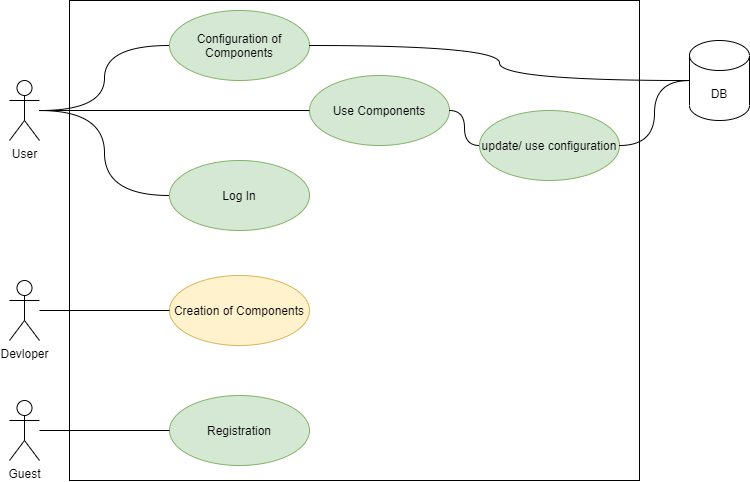
Above: usecase/UseCase.drawio.png in papatohu/docs (draw.io), before the change. Source tidied: cells renumbered, new cells last; positions are measured from the earlier drawing's top-left corner, leaving out a move shared by most shapes.
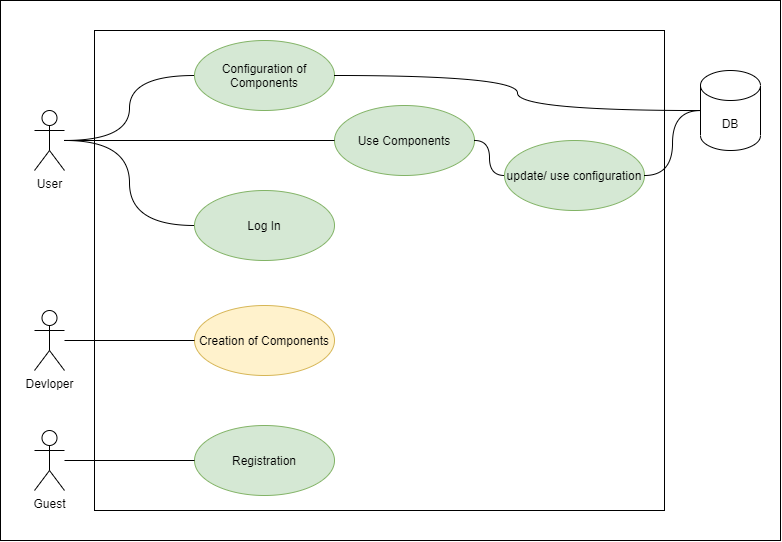
The same diagram one commit later.

Diff of the diagram source:
```diff
@@ -2,6 +2,9 @@
   <root>
     <mxCell id="0" />
     <mxCell id="1" parent="0" />
+    <mxCell id="21" style="html=1;fillColor=none;" parent="1" vertex="1">
+      <mxGeometry x="-34" y="-30" width="780" height="540" as="geometry" />
+    </mxCell>
     <mxCell id="2" style="html=1;" parent="1" vertex="1">
       <mxGeometry x="60" width="570" height="480" as="geometry" />
     </mxCell>
@@ -27,7 +30,7 @@
       <mxGeometry relative="1" as="geometry" />
     </mxCell>
     <mxCell id="10" value="DB" style="shape=cylinder3;whiteSpace=wrap;html=1;boundedLbl=1;backgroundOutline=1;size=15;" parent="1" vertex="1">
-      <mxGeometry x="680" y="40" width="60" height="80" as="geometry" />
+      <mxGeometry x="666" y="40" width="60" height="80" as="geometry" />
     </mxCell>
     <mxCell id="11" style="endArrow=none;html=1;edgeStyle=orthogonalEdgeStyle;rounded=0;entryX=0;entryY=0.5;entryDx=0;entryDy=0;curved=1;" parent="1" edge="1" source="5" target="7">
       <mxGeometry relative="1" as="geometry" />
```
